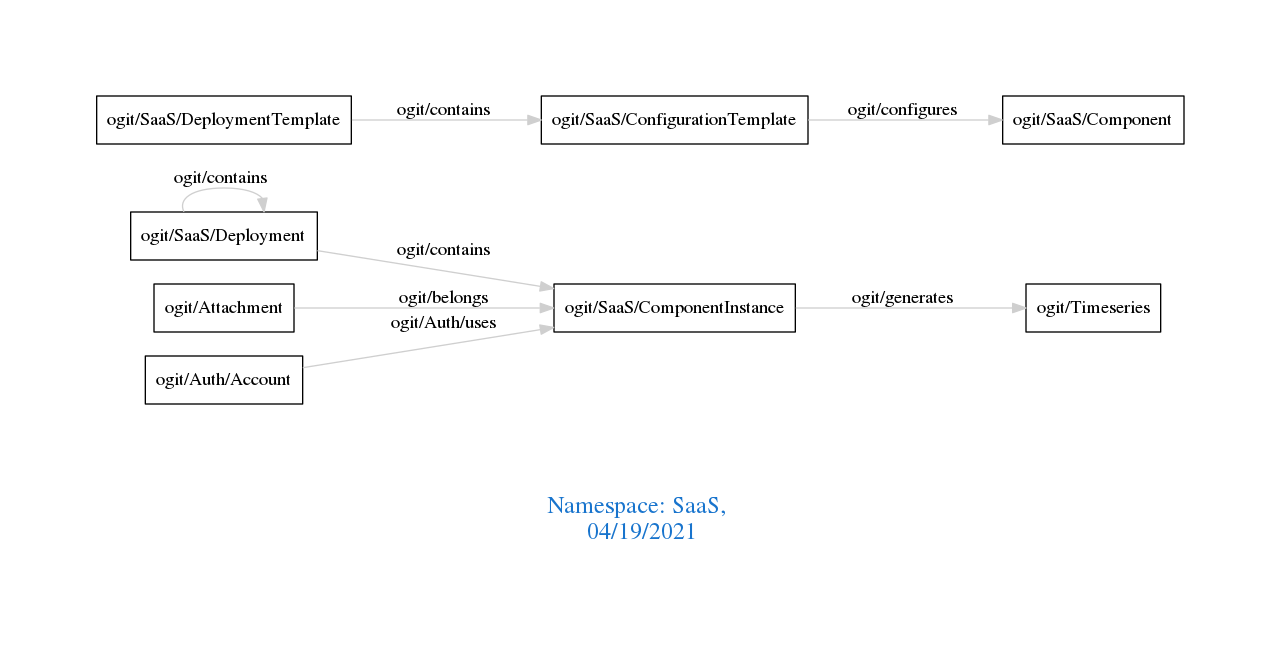
This is downloads/SaaS.png from arago/OGIT, a Graphviz export, as it was before one commit. Its source is kept beside it as downloads/SaaS.dot.
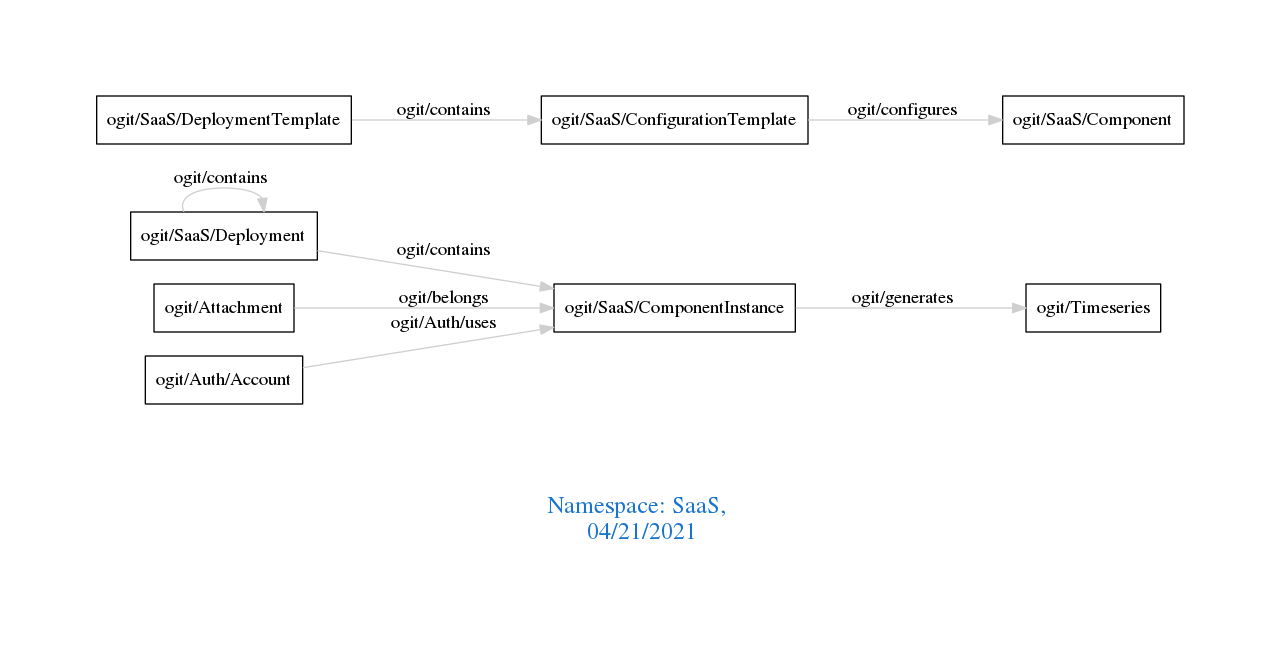
After the commit.

What changed in the source:
```diff
@@ -1,7 +1,7 @@
 digraph OGIT_ontology {
  graph [ rankdir= LR,pad=1
 fontsize = 18,
-fontcolor= dodgerblue3,label = "\n\n\nNamespace: SaaS, \n 04/19/2021"];
+fontcolor= dodgerblue3,label = "\n\n\nNamespace: SaaS, \n 04/21/2021"];
 node[shape=polygon];
 edge [  color="gray81"];
 
```
